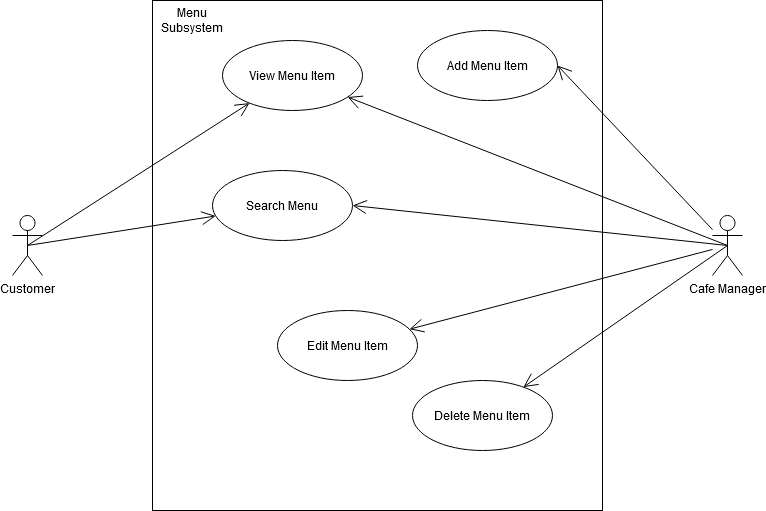
Above: Use-Case Models/Menu Subsystem Use-Case Model.png in jakedurnford/ITC303BeverageBookers (draw.io), before the change. Source tidied: cells renumbered, new cells last; positions are measured from the earlier drawing's top-left corner, leaving out a move shared by most shapes. The source it was exported from:
```xml
<mxGraphModel>
  <root>
    <mxCell id="0" />
    <mxCell id="1" parent="0" />
    <mxCell id="2" style="rounded=0;whiteSpace=wrap;html=1;" parent="1" vertex="1">
      <mxGeometry x="140" width="450" height="510" as="geometry" />
    </mxCell>
    <mxCell id="3" value="View Menu Item" style="ellipse;whiteSpace=wrap;html=1;" parent="1" vertex="1">
      <mxGeometry x="210" y="40" width="140" height="70" as="geometry" />
    </mxCell>
    <mxCell id="4" value="Cafe Manager" style="shape=umlActor;verticalLabelPosition=bottom;labelBackgroundColor=#ffffff;verticalAlign=top;html=1;" parent="1" vertex="1">
      <mxGeometry x="700" y="215" width="30" height="60" as="geometry" />
    </mxCell>
    <mxCell id="5" value="Search Menu" style="ellipse;whiteSpace=wrap;html=1;" parent="1" vertex="1">
      <mxGeometry x="200" y="170" width="140" height="70" as="geometry" />
    </mxCell>
    <mxCell id="6" value="Edit Menu Item" style="ellipse;whiteSpace=wrap;html=1;" parent="1" vertex="1">
      <mxGeometry x="265" y="310" width="140" height="70" as="geometry" />
    </mxCell>
    <mxCell id="7" value="Add Menu Item" style="ellipse;whiteSpace=wrap;html=1;" parent="1" vertex="1">
      <mxGeometry x="405" y="30" width="140" height="70" as="geometry" />
    </mxCell>
    <mxCell id="8" value="Customer" style="shape=umlActor;verticalLabelPosition=bottom;labelBackgroundColor=#ffffff;verticalAlign=top;html=1;" parent="1" vertex="1">
      <mxGeometry y="215" width="30" height="60" as="geometry" />
    </mxCell>
    <mxCell id="9" style="endArrow=open;endFill=1;endSize=12;html=1;exitX=0.5;exitY=0.5;exitDx=0;exitDy=0;exitPerimeter=0;" parent="1" edge="1" source="8" target="3">
      <mxGeometry relative="1" as="geometry" />
    </mxCell>
    <mxCell id="10" style="endArrow=open;endFill=1;endSize=12;html=1;exitX=0.5;exitY=0.5;exitDx=0;exitDy=0;exitPerimeter=0;" parent="1" edge="1" source="8" target="5">
      <mxGeometry relative="1" as="geometry" />
    </mxCell>
    <mxCell id="11" style="endArrow=open;endFill=1;endSize=12;html=1;entryX=1;entryY=0.5;entryDx=0;entryDy=0;" parent="1" edge="1" source="4" target="7">
      <mxGeometry relative="1" as="geometry" />
    </mxCell>
    <mxCell id="12" style="endArrow=open;endFill=1;endSize=12;html=1;" parent="1" edge="1" source="4" target="6">
      <mxGeometry relative="1" as="geometry" />
    </mxCell>
    <mxCell id="13" value="Menu Subsystem" style="text;html=1;strokeColor=none;fillColor=none;align=center;verticalAlign=middle;whiteSpace=wrap;rounded=0;" parent="1" vertex="1">
      <mxGeometry x="160" y="10" width="40" height="20" as="geometry" />
    </mxCell>
    <mxCell id="14" value="Delete Menu Item" style="ellipse;whiteSpace=wrap;html=1;" parent="1" vertex="1">
      <mxGeometry x="400" y="380" width="140" height="70" as="geometry" />
    </mxCell>
    <mxCell id="15" style="endArrow=open;endFill=1;endSize=12;html=1;exitX=0.5;exitY=0.5;exitDx=0;exitDy=0;exitPerimeter=0;" parent="1" edge="1" source="4" target="14">
      <mxGeometry relative="1" as="geometry" />
    </mxCell>
    <mxCell id="16" style="endArrow=open;endFill=1;endSize=12;html=1;exitX=0.5;exitY=0.5;exitDx=0;exitDy=0;exitPerimeter=0;" parent="1" edge="1" source="4" target="3">
      <mxGeometry relative="1" as="geometry" />
    </mxCell>
    <mxCell id="17" style="endArrow=open;endFill=1;endSize=12;html=1;entryX=1;entryY=0.5;entryDx=0;entryDy=0;exitX=0.5;exitY=0.5;exitDx=0;exitDy=0;exitPerimeter=0;" parent="1" edge="1" source="4" target="5">
      <mxGeometry relative="1" as="geometry" />
    </mxCell>
  </root>
</mxGraphModel>
```
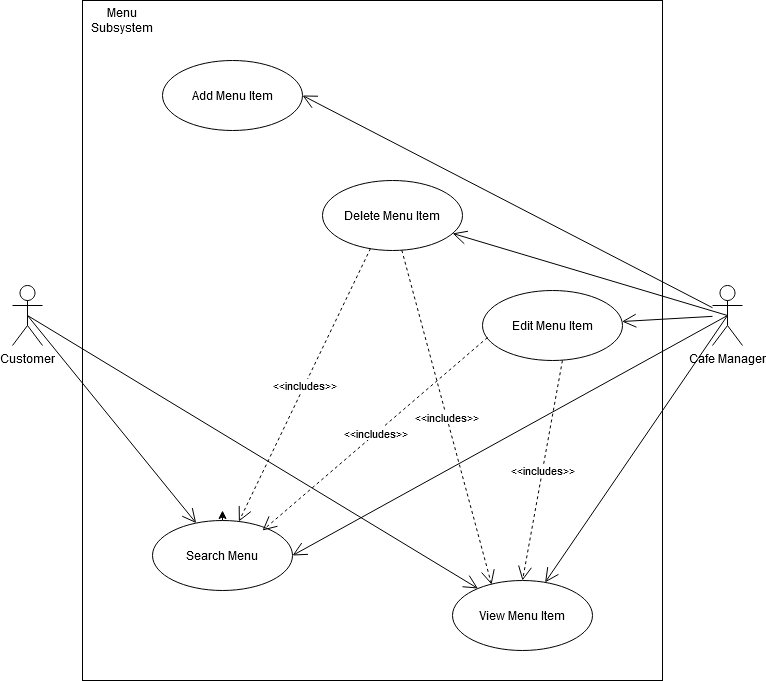
After the commit.

Commit message:
UPDATED - All use-case models

What changed in the source:
```diff
@@ -2,53 +2,77 @@
   <root>
     <mxCell id="0" />
     <mxCell id="1" parent="0" />
+    <mxCell id="18" style="group;" parent="1" vertex="1">
+      <mxGeometry y="-70" width="730" height="680" as="geometry" />
+    </mxCell>
-    <mxCell id="2" style="rounded=0;whiteSpace=wrap;html=1;" parent="1" vertex="1">
-      <mxGeometry x="140" width="450" height="510" as="geometry" />
+    <mxCell id="2" style="rounded=0;whiteSpace=wrap;html=1;" parent="18" vertex="1">
+      <mxGeometry x="70" width="580" height="680" as="geometry" />
     </mxCell>
-    <mxCell id="3" value="View Menu Item" style="ellipse;whiteSpace=wrap;html=1;" parent="1" vertex="1">
-      <mxGeometry x="210" y="40" width="140" height="70" as="geometry" />
+    <mxCell id="3" value="View Menu Item" style="ellipse;whiteSpace=wrap;html=1;" parent="18" vertex="1">
+      <mxGeometry x="440" y="580" width="140" height="70" as="geometry" />
     </mxCell>
-    <mxCell id="4" value="Cafe Manager" style="shape=umlActor;verticalLabelPosition=bottom;labelBackgroundColor=#ffffff;verticalAlign=top;html=1;" parent="1" vertex="1">
-      <mxGeometry x="700" y="215" width="30" height="60" as="geometry" />
+    <mxCell id="4" value="Cafe Manager" style="shape=umlActor;verticalLabelPosition=bottom;labelBackgroundColor=#ffffff;verticalAlign=top;html=1;" parent="18" vertex="1">
+      <mxGeometry x="700" y="285" width="30" height="60" as="geometry" />
     </mxCell>
+    <mxCell id="19" style="edgeStyle=orthogonalEdgeStyle;rounded=0;jettySize=auto;html=1;" parent="18" edge="1" source="5">
+      <mxGeometry relative="1" as="geometry">
+        <mxPoint x="210" y="510" as="targetPoint" />
+        <Array as="points">
+          <mxPoint x="210" y="520" />
+          <mxPoint x="210" y="520" />
+        </Array>
+      </mxGeometry>
+    </mxCell>
-    <mxCell id="5" value="Search Menu" style="ellipse;whiteSpace=wrap;html=1;" parent="1" vertex="1">
-      <mxGeometry x="200" y="170" width="140" height="70" as="geometry" />
+    <mxCell id="5" value="Search Menu" style="ellipse;whiteSpace=wrap;html=1;" parent="18" vertex="1">
+      <mxGeometry x="140" y="520" width="140" height="70" as="geometry" />
     </mxCell>
-    <mxCell id="6" value="Edit Menu Item" style="ellipse;whiteSpace=wrap;html=1;" parent="1" vertex="1">
-      <mxGeometry x="265" y="310" width="140" height="70" as="geometry" />
+    <mxCell id="6" value="Edit Menu Item" style="ellipse;whiteSpace=wrap;html=1;" parent="18" vertex="1">
+      <mxGeometry x="470" y="290" width="140" height="70" as="geometry" />
     </mxCell>
-    <mxCell id="7" value="Add Menu Item" style="ellipse;whiteSpace=wrap;html=1;" parent="1" vertex="1">
-      <mxGeometry x="405" y="30" width="140" height="70" as="geometry" />
+    <mxCell id="7" value="Add Menu Item" style="ellipse;whiteSpace=wrap;html=1;" parent="18" vertex="1">
+      <mxGeometry x="150" y="60" width="140" height="70" as="geometry" />
     </mxCell>
-    <mxCell id="8" value="Customer" style="shape=umlActor;verticalLabelPosition=bottom;labelBackgroundColor=#ffffff;verticalAlign=top;html=1;" parent="1" vertex="1">
-      <mxGeometry y="215" width="30" height="60" as="geometry" />
+    <mxCell id="8" value="Customer" style="shape=umlActor;verticalLabelPosition=bottom;labelBackgroundColor=#ffffff;verticalAlign=top;html=1;" parent="18" vertex="1">
+      <mxGeometry y="285" width="30" height="60" as="geometry" />
     </mxCell>
-    <mxCell id="9" style="endArrow=open;endFill=1;endSize=12;html=1;exitX=0.5;exitY=0.5;exitDx=0;exitDy=0;exitPerimeter=0;" parent="1" edge="1" source="8" target="3">
+    <mxCell id="9" style="endArrow=open;endFill=1;endSize=12;html=1;exitX=0.5;exitY=0.5;exitDx=0;exitDy=0;exitPerimeter=0;" parent="18" edge="1" source="8" target="3">
       <mxGeometry relative="1" as="geometry" />
     </mxCell>
-    <mxCell id="10" style="endArrow=open;endFill=1;endSize=12;html=1;exitX=0.5;exitY=0.5;exitDx=0;exitDy=0;exitPerimeter=0;" parent="1" edge="1" source="8" target="5">
+    <mxCell id="10" style="endArrow=open;endFill=1;endSize=12;html=1;exitX=0.5;exitY=0.5;exitDx=0;exitDy=0;exitPerimeter=0;" parent="18" edge="1" source="8" target="5">
       <mxGeometry relative="1" as="geometry" />
     </mxCell>
-    <mxCell id="11" style="endArrow=open;endFill=1;endSize=12;html=1;entryX=1;entryY=0.5;entryDx=0;entryDy=0;" parent="1" edge="1" source="4" target="7">
+    <mxCell id="11" style="endArrow=open;endFill=1;endSize=12;html=1;entryX=1;entryY=0.5;entryDx=0;entryDy=0;" parent="18" edge="1" source="4" target="7">
       <mxGeometry relative="1" as="geometry" />
     </mxCell>
-    <mxCell id="12" style="endArrow=open;endFill=1;endSize=12;html=1;" parent="1" edge="1" source="4" target="6">
+    <mxCell id="12" style="endArrow=open;endFill=1;endSize=12;html=1;" parent="18" edge="1" source="4" target="6">
       <mxGeometry relative="1" as="geometry" />
     </mxCell>
-    <mxCell id="13" value="Menu Subsystem" style="text;html=1;strokeColor=none;fillColor=none;align=center;verticalAlign=middle;whiteSpace=wrap;rounded=0;" parent="1" vertex="1">
-      <mxGeometry x="160" y="10" width="40" height="20" as="geometry" />
+    <mxCell id="13" value="Menu Subsystem" style="text;html=1;strokeColor=none;fillColor=none;align=center;verticalAlign=middle;whiteSpace=wrap;rounded=0;" parent="18" vertex="1">
+      <mxGeometry x="90" y="10" width="40" height="20" as="geometry" />
     </mxCell>
-    <mxCell id="14" value="Delete Menu Item" style="ellipse;whiteSpace=wrap;html=1;" parent="1" vertex="1">
-      <mxGeometry x="400" y="380" width="140" height="70" as="geometry" />
+    <mxCell id="14" value="Delete Menu Item" style="ellipse;whiteSpace=wrap;html=1;" parent="18" vertex="1">
+      <mxGeometry x="310" y="180" width="140" height="70" as="geometry" />
     </mxCell>
-    <mxCell id="15" style="endArrow=open;endFill=1;endSize=12;html=1;exitX=0.5;exitY=0.5;exitDx=0;exitDy=0;exitPerimeter=0;" parent="1" edge="1" source="4" target="14">
+    <mxCell id="15" style="endArrow=open;endFill=1;endSize=12;html=1;exitX=0.5;exitY=0.5;exitDx=0;exitDy=0;exitPerimeter=0;" parent="18" edge="1" source="4" target="14">
       <mxGeometry relative="1" as="geometry" />
     </mxCell>
-    <mxCell id="16" style="endArrow=open;endFill=1;endSize=12;html=1;exitX=0.5;exitY=0.5;exitDx=0;exitDy=0;exitPerimeter=0;" parent="1" edge="1" source="4" target="3">
+    <mxCell id="16" style="endArrow=open;endFill=1;endSize=12;html=1;exitX=0.5;exitY=0.5;exitDx=0;exitDy=0;exitPerimeter=0;" parent="18" edge="1" source="4" target="3">
       <mxGeometry relative="1" as="geometry" />
     </mxCell>
-    <mxCell id="17" style="endArrow=open;endFill=1;endSize=12;html=1;entryX=1;entryY=0.5;entryDx=0;entryDy=0;exitX=0.5;exitY=0.5;exitDx=0;exitDy=0;exitPerimeter=0;" parent="1" edge="1" source="4" target="5">
+    <mxCell id="17" style="endArrow=open;endFill=1;endSize=12;html=1;entryX=1;entryY=0.5;entryDx=0;entryDy=0;exitX=0.5;exitY=0.5;exitDx=0;exitDy=0;exitPerimeter=0;" parent="18" edge="1" source="4" target="5">
       <mxGeometry relative="1" as="geometry" />
     </mxCell>
+    <mxCell id="20" value="&amp;lt;&amp;lt;includes&amp;gt;&amp;gt;" style="endArrow=open;endSize=12;dashed=1;html=1;exitX=0.343;exitY=0.971;exitDx=0;exitDy=0;exitPerimeter=0;" parent="18" edge="1" source="14" target="5">
+      <mxGeometry relative="1" as="geometry" />
+    </mxCell>
+    <mxCell id="21" value="&amp;lt;&amp;lt;includes&amp;gt;&amp;gt;" style="endArrow=open;endSize=12;dashed=1;html=1;entryX=0.279;entryY=0.057;entryDx=0;entryDy=0;entryPerimeter=0;" parent="18" edge="1" source="14" target="3">
+      <mxGeometry relative="1" as="geometry" />
+    </mxCell>
+    <mxCell id="22" value="&amp;lt;&amp;lt;includes&amp;gt;&amp;gt;" style="endArrow=open;endSize=12;dashed=1;html=1;entryX=0.5;entryY=0;entryDx=0;entryDy=0;exitX=0.571;exitY=1;exitDx=0;exitDy=0;exitPerimeter=0;" parent="18" edge="1" source="6" target="3">
+      <mxGeometry relative="1" as="geometry" />
+    </mxCell>
+    <mxCell id="23" value="&amp;lt;&amp;lt;includes&amp;gt;&amp;gt;" style="endArrow=open;endSize=12;dashed=1;html=1;entryX=0.786;entryY=0.143;entryDx=0;entryDy=0;exitX=0.036;exitY=0.671;exitDx=0;exitDy=0;exitPerimeter=0;entryPerimeter=0;" parent="18" edge="1" source="6" target="5">
+      <mxGeometry relative="1" as="geometry" />
+    </mxCell>
   </root>
 </mxGraphModel>
```
